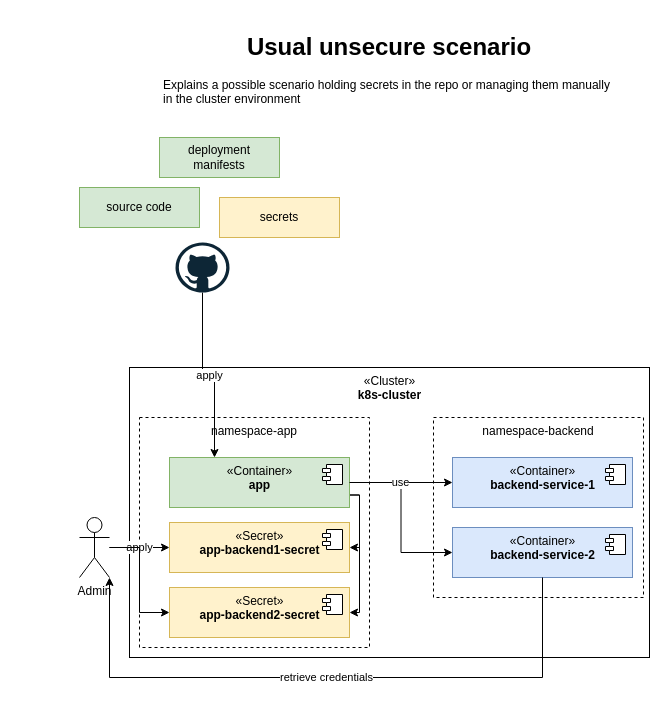
Earlier version of the draw.io diagram page "Scenario_AsIs" (6 of 8) of static/kubernetes-secrets-101.drawio (ocp-universe/kubernetes-secrets-101). Source tidied: cells renumbered, new cells numbered last; positions are measured from the earlier drawing's top-left corner, leaving out a move shared by most shapes. Both pictures are drawn from the tidied source at 100%, with x=0, y=0 at pixel (79, 27).
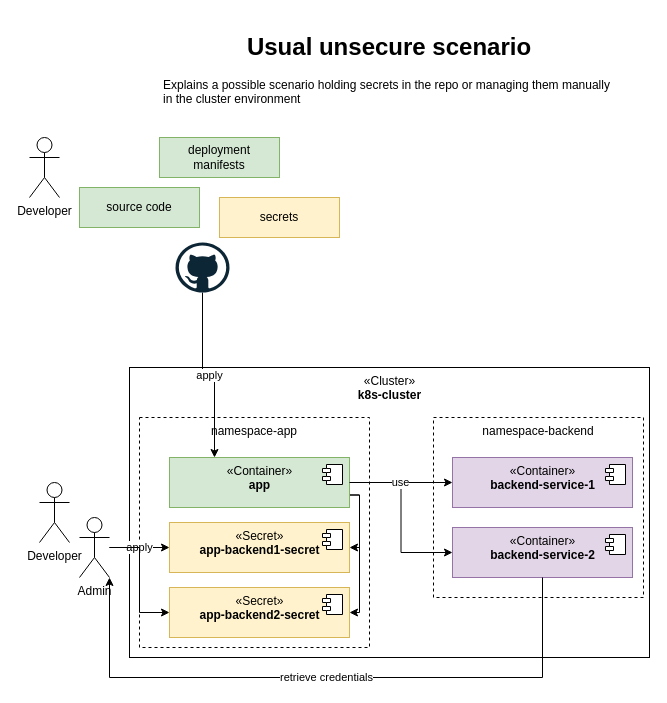
After the change.

What changed in the source:
```diff
@@
-    <mxCell id="14" value="«Container»&lt;br&gt;&lt;b&gt;backend-service-1&lt;/b&gt;" style="html=1;align=center;verticalAlign=top;fillColor=#dae8fc;strokeColor=#6c8ebf;" parent="1" vertex="1">
+    <mxCell id="14" value="«Container»&lt;br&gt;&lt;b&gt;backend-service-1&lt;/b&gt;" style="html=1;align=center;verticalAlign=top;fillColor=#e1d5e7;strokeColor=#9673a6;" parent="1" vertex="1">
       <mxGeometry x="373" y="430" width="180" height="50" as="geometry" />
     </mxCell>
@@
-    <mxCell id="16" value="«Container»&lt;br&gt;&lt;b&gt;backend-service-2&lt;/b&gt;" style="html=1;align=center;verticalAlign=top;fillColor=#dae8fc;strokeColor=#6c8ebf;" parent="1" vertex="1">
+    <mxCell id="16" value="«Container»&lt;br&gt;&lt;b&gt;backend-service-2&lt;/b&gt;" style="html=1;align=center;verticalAlign=top;fillColor=#e1d5e7;strokeColor=#9673a6;" parent="1" vertex="1">
       <mxGeometry x="373" y="500" width="180" height="50" as="geometry" />
     </mxCell>
@@
+    <mxCell id="29" value="Developer" style="shape=umlActor;verticalLabelPosition=bottom;verticalAlign=top;html=1;" parent="1" vertex="1">
+      <mxGeometry x="-50" y="110" width="30" height="60" as="geometry" />
+    </mxCell>
+    <mxCell id="30" value="Developer" style="shape=umlActor;verticalLabelPosition=bottom;verticalAlign=top;html=1;" parent="1" vertex="1">
+      <mxGeometry x="-40" y="455" width="30" height="60" as="geometry" />
+    </mxCell>
```
